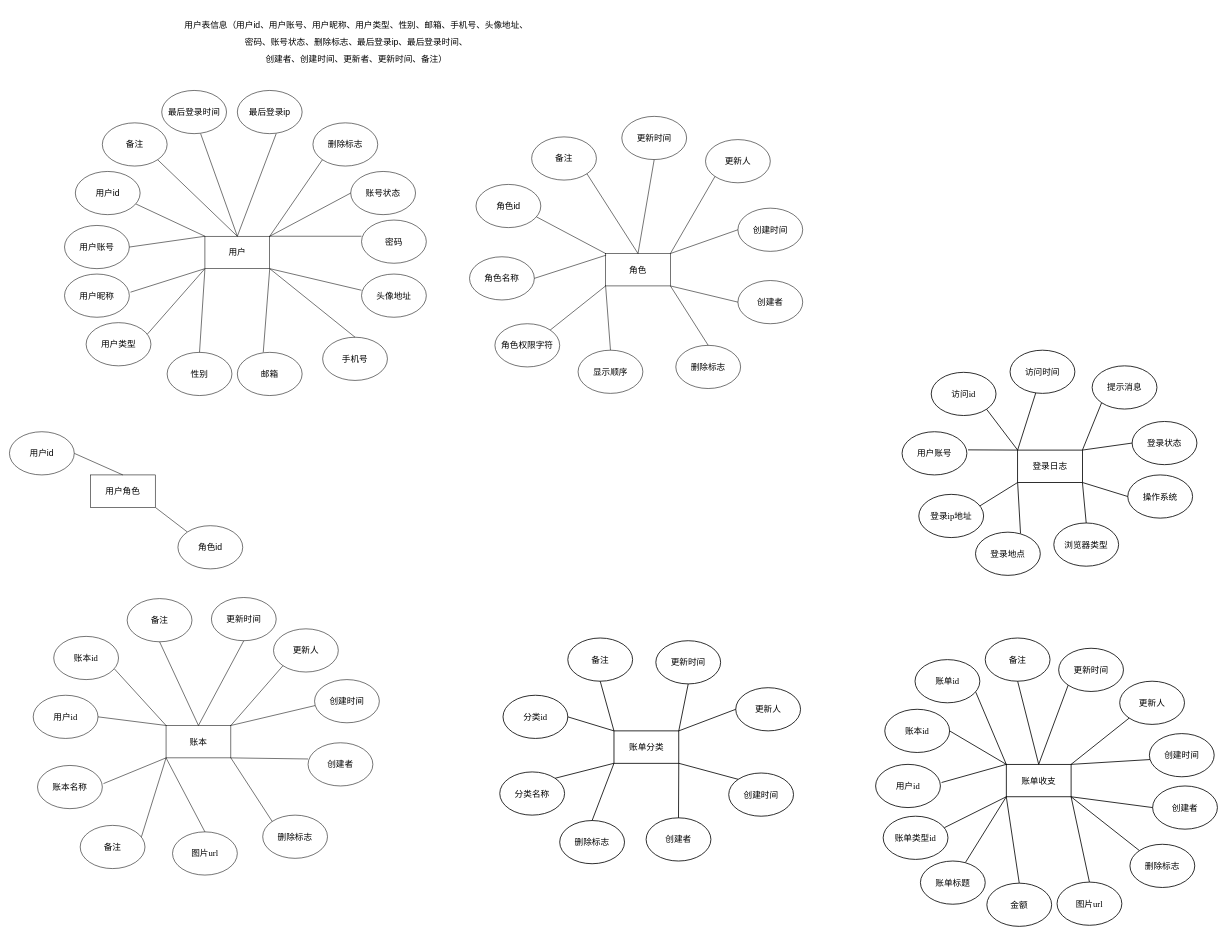
This is page "实体属性关系图" (6 of 8) of lottery-note/fun-bill-依赖关系.drawio from mynxg/draw-io-to-github, a draw.io file, before an edit. Source tidied: cells renumbered, new cells numbered last; positions are measured from the earlier drawing's top-left corner, leaving out a move shared by most shapes. Both pictures are drawn from the tidied source at 54%, with x=0, y=0 at pixel (9, 9).
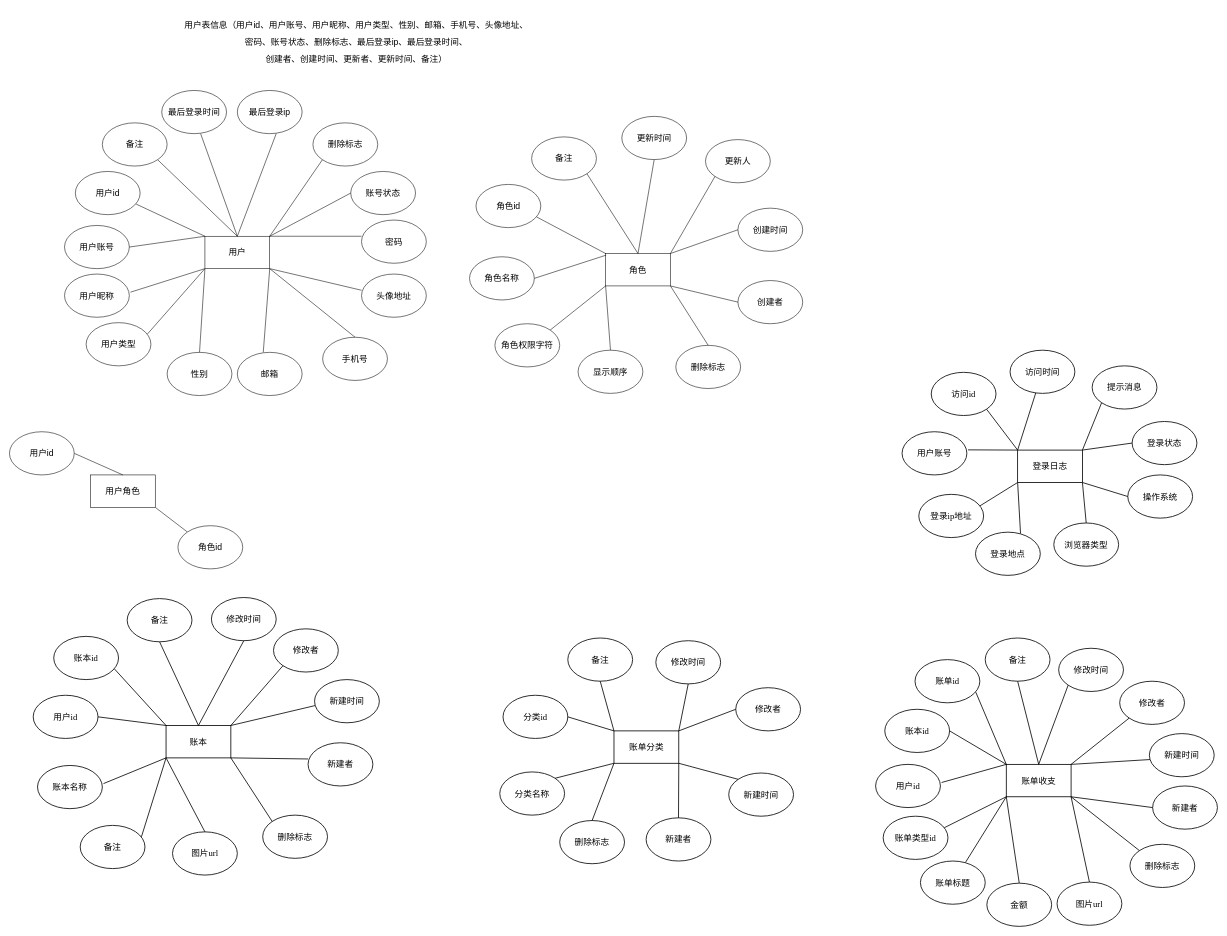
After the change.

Commit message (it also covers changes not shown here):
更新fun-bill-依赖关系.drawio

Diff of the diagram source:
```diff
@@
-    <mxCell id="58" value="账本" style="rounded=0;whiteSpace=wrap;html=1;fontFamily=宋体;fontSize=16;" parent="1" vertex="1">
+    <mxCell id="58" value="账本" style="rounded=0;whiteSpace=wrap;html=1;fontFamily=宋体;fontSize=16;strokeWidth=1.5;" parent="1" vertex="1">
       <mxGeometry x="290" y="1326" width="120" height="60" as="geometry" />
     </mxCell>
-    <mxCell id="59" value="&lt;p class=&quot;MsoNormal&quot;&gt;&lt;span style=&quot;font-size: 12pt;&quot;&gt;&lt;font face=&quot;宋体&quot;&gt;用户&lt;/font&gt;&lt;font face=&quot;Times New Roman&quot;&gt;id&lt;/font&gt;&lt;/span&gt;&lt;/p&gt;" style="ellipse;whiteSpace=wrap;html=1;fontSize=16;fontFamily=宋体;" parent="1" vertex="1">
+    <mxCell id="59" value="&lt;p class=&quot;MsoNormal&quot;&gt;&lt;span style=&quot;font-size: 12pt;&quot;&gt;&lt;font face=&quot;宋体&quot;&gt;用户&lt;/font&gt;&lt;font face=&quot;Times New Roman&quot;&gt;id&lt;/font&gt;&lt;/span&gt;&lt;/p&gt;" style="ellipse;whiteSpace=wrap;html=1;fontSize=16;fontFamily=宋体;strokeWidth=1.5;" parent="1" vertex="1">
       <mxGeometry x="44" y="1270" width="120" height="80" as="geometry" />
     </mxCell>
-    <mxCell id="60" value="&lt;p class=&quot;MsoNormal&quot;&gt;&lt;span style=&quot;font-size: 12pt;&quot;&gt;&lt;font face=&quot;宋体&quot;&gt;账本&lt;/font&gt;&lt;font face=&quot;Times New Roman&quot;&gt;id&lt;/font&gt;&lt;/span&gt;&lt;/p&gt;" style="ellipse;whiteSpace=wrap;html=1;fontFamily=宋体;fontSize=16;" parent="1" vertex="1">
+    <mxCell id="60" value="&lt;p class=&quot;MsoNormal&quot;&gt;&lt;span style=&quot;font-size: 12pt;&quot;&gt;&lt;font face=&quot;宋体&quot;&gt;账本&lt;/font&gt;&lt;font face=&quot;Times New Roman&quot;&gt;id&lt;/font&gt;&lt;/span&gt;&lt;/p&gt;" style="ellipse;whiteSpace=wrap;html=1;fontFamily=宋体;fontSize=16;strokeWidth=1.5;" parent="1" vertex="1">
       <mxGeometry x="82" y="1161" width="120" height="80" as="geometry" />
     </mxCell>
-    <mxCell id="61" value="&lt;p class=&quot;MsoNormal&quot;&gt;&lt;span style=&quot;font-size: 12pt;&quot;&gt;删除标志&lt;/span&gt;&lt;/p&gt;" style="ellipse;whiteSpace=wrap;html=1;fontFamily=宋体;fontSize=16;" parent="1" vertex="1">
+    <mxCell id="61" value="&lt;p class=&quot;MsoNormal&quot;&gt;&lt;span style=&quot;font-size: 12pt;&quot;&gt;删除标志&lt;/span&gt;&lt;/p&gt;" style="ellipse;whiteSpace=wrap;html=1;fontFamily=宋体;fontSize=16;strokeWidth=1.5;" parent="1" vertex="1">
       <mxGeometry x="469" y="1492" width="120" height="80" as="geometry" />
     </mxCell>
-    <mxCell id="62" value="&lt;p class=&quot;MsoNormal&quot;&gt;&lt;span style=&quot;font-size: 12pt;&quot;&gt;&lt;font face=&quot;宋体&quot;&gt;图片&lt;/font&gt;&lt;font face=&quot;Times New Roman&quot;&gt;url&lt;/font&gt;&lt;/span&gt;&lt;/p&gt;" style="ellipse;whiteSpace=wrap;html=1;fontSize=16;fontFamily=宋体;" parent="1" vertex="1">
+    <mxCell id="62" value="&lt;p class=&quot;MsoNormal&quot;&gt;&lt;span style=&quot;font-size: 12pt;&quot;&gt;&lt;font face=&quot;宋体&quot;&gt;图片&lt;/font&gt;&lt;font face=&quot;Times New Roman&quot;&gt;url&lt;/font&gt;&lt;/span&gt;&lt;/p&gt;" style="ellipse;whiteSpace=wrap;html=1;fontSize=16;fontFamily=宋体;strokeWidth=1.5;" parent="1" vertex="1">
       <mxGeometry x="302" y="1523" width="120" height="80" as="geometry" />
     </mxCell>
-    <mxCell id="63" value="&lt;p class=&quot;MsoNormal&quot;&gt;&lt;span style=&quot;font-size: 12pt;&quot;&gt;备注&lt;/span&gt;&lt;/p&gt;" style="ellipse;whiteSpace=wrap;html=1;fontFamily=宋体;fontSize=16;" parent="1" vertex="1">
+    <mxCell id="63" value="&lt;p class=&quot;MsoNormal&quot;&gt;&lt;span style=&quot;font-size: 12pt;&quot;&gt;备注&lt;/span&gt;&lt;/p&gt;" style="ellipse;whiteSpace=wrap;html=1;fontFamily=宋体;fontSize=16;strokeWidth=1.5;" parent="1" vertex="1">
       <mxGeometry x="131" y="1511" width="120" height="80" as="geometry" />
     </mxCell>
-    <mxCell id="64" value="&lt;p class=&quot;MsoNormal&quot;&gt;&lt;span style=&quot;font-size: 12pt;&quot;&gt;账本名称&lt;/span&gt;&lt;/p&gt;" style="ellipse;whiteSpace=wrap;html=1;fontFamily=宋体;fontSize=16;" parent="1" vertex="1">
+    <mxCell id="64" value="&lt;p class=&quot;MsoNormal&quot;&gt;&lt;span style=&quot;font-size: 12pt;&quot;&gt;账本名称&lt;/span&gt;&lt;/p&gt;" style="ellipse;whiteSpace=wrap;html=1;fontFamily=宋体;fontSize=16;strokeWidth=1.5;" parent="1" vertex="1">
       <mxGeometry x="52" y="1400" width="120" height="80" as="geometry" />
     </mxCell>
-    <mxCell id="65" value="&lt;p class=&quot;MsoNormal&quot;&gt;&lt;span style=&quot;font-size: 12pt;&quot;&gt;创建者&lt;/span&gt;&lt;/p&gt;" style="ellipse;whiteSpace=wrap;html=1;fontFamily=宋体;fontSize=16;" parent="1" vertex="1">
+    <mxCell id="65" value="&lt;p class=&quot;MsoNormal&quot;&gt;&lt;span style=&quot;font-size: 12pt;&quot;&gt;新建者&lt;/span&gt;&lt;/p&gt;" style="ellipse;whiteSpace=wrap;html=1;fontFamily=宋体;fontSize=16;strokeWidth=1.5;" parent="1" vertex="1">
       <mxGeometry x="553" y="1358" width="120" height="80" as="geometry" />
     </mxCell>
-    <mxCell id="66" value="&lt;p class=&quot;MsoNormal&quot;&gt;&lt;span style=&quot;font-size: 12pt;&quot;&gt;创建时间&lt;/span&gt;&lt;/p&gt;" style="ellipse;whiteSpace=wrap;html=1;fontSize=16;fontFamily=宋体;" parent="1" vertex="1">
+    <mxCell id="66" value="&lt;p class=&quot;MsoNormal&quot;&gt;&lt;span style=&quot;font-size: 12pt;&quot;&gt;新建时间&lt;/span&gt;&lt;/p&gt;" style="ellipse;whiteSpace=wrap;html=1;fontSize=16;fontFamily=宋体;strokeWidth=1.5;" parent="1" vertex="1">
       <mxGeometry x="565" y="1241" width="120" height="80" as="geometry" />
     </mxCell>
-    <mxCell id="67" value="&lt;p class=&quot;MsoNormal&quot;&gt;&lt;span style=&quot;font-size: 12pt;&quot;&gt;更新人&lt;/span&gt;&lt;/p&gt;" style="ellipse;whiteSpace=wrap;html=1;fontSize=16;fontFamily=宋体;" parent="1" vertex="1">
+    <mxCell id="67" value="&lt;p class=&quot;MsoNormal&quot;&gt;&lt;span style=&quot;font-size: 12pt;&quot;&gt;修改者&lt;/span&gt;&lt;/p&gt;" style="ellipse;whiteSpace=wrap;html=1;fontSize=16;fontFamily=宋体;strokeWidth=1.5;" parent="1" vertex="1">
       <mxGeometry x="489" y="1147" width="120" height="80" as="geometry" />
     </mxCell>
-    <mxCell id="68" value="&lt;p class=&quot;MsoNormal&quot;&gt;&lt;span style=&quot;font-size: 12pt;&quot;&gt;更新时间&lt;/span&gt;&lt;/p&gt;" style="ellipse;whiteSpace=wrap;html=1;fontFamily=宋体;fontSize=16;" parent="1" vertex="1">
+    <mxCell id="68" value="&lt;p class=&quot;MsoNormal&quot;&gt;&lt;span style=&quot;font-size: 12pt;&quot;&gt;修改时间&lt;/span&gt;&lt;/p&gt;" style="ellipse;whiteSpace=wrap;html=1;fontFamily=宋体;fontSize=16;strokeWidth=1.5;" parent="1" vertex="1">
       <mxGeometry x="374" y="1089" width="120" height="80" as="geometry" />
     </mxCell>
-    <mxCell id="69" value="备注" style="ellipse;whiteSpace=wrap;html=1;fontSize=16;fontFamily=宋体;" parent="1" vertex="1">
+    <mxCell id="69" value="备注" style="ellipse;whiteSpace=wrap;html=1;fontSize=16;fontFamily=宋体;strokeWidth=1.5;" parent="1" vertex="1">
       <mxGeometry x="218" y="1091" width="120" height="80" as="geometry" />
     </mxCell>
-    <mxCell id="70" style="endArrow=none;html=1;rounded=0;entryX=0.938;entryY=0.755;entryDx=0;entryDy=0;entryPerimeter=0;fontFamily=宋体;fontSize=16;" parent="1" edge="1" target="60">
+    <mxCell id="70" style="endArrow=none;html=1;rounded=0;entryX=0.938;entryY=0.755;entryDx=0;entryDy=0;entryPerimeter=0;fontFamily=宋体;fontSize=16;strokeWidth=1.5;" parent="1" edge="1" target="60">
       <mxGeometry relative="1" as="geometry">
         <mxPoint x="290" y="1326" as="sourcePoint" />
       </mxGeometry>
     </mxCell>
-    <mxCell id="71" style="endArrow=none;html=1;rounded=0;exitX=0.945;exitY=0.265;exitDx=0;exitDy=0;exitPerimeter=0;fontFamily=宋体;fontSize=16;" parent="1" edge="1" source="63">
+    <mxCell id="71" style="endArrow=none;html=1;rounded=0;exitX=0.945;exitY=0.265;exitDx=0;exitDy=0;exitPerimeter=0;fontFamily=宋体;fontSize=16;strokeWidth=1.5;" parent="1" edge="1" source="63">
       <mxGeometry relative="1" as="geometry">
         <mxPoint x="290" y="1386" as="targetPoint" />
       </mxGeometry>
     </mxCell>
-    <mxCell id="72" style="endArrow=none;html=1;rounded=0;exitX=1;exitY=0.5;exitDx=0;exitDy=0;fontFamily=宋体;fontSize=16;" parent="1" edge="1" source="59">
+    <mxCell id="72" style="endArrow=none;html=1;rounded=0;exitX=1;exitY=0.5;exitDx=0;exitDy=0;fontFamily=宋体;fontSize=16;strokeWidth=1.5;" parent="1" edge="1" source="59">
       <mxGeometry relative="1" as="geometry">
         <mxPoint x="290" y="1326" as="targetPoint" />
       </mxGeometry>
     </mxCell>
-    <mxCell id="73" style="endArrow=none;html=1;rounded=0;exitX=1.018;exitY=0.42;exitDx=0;exitDy=0;exitPerimeter=0;entryX=0;entryY=1;entryDx=0;entryDy=0;fontFamily=宋体;fontSize=16;" parent="1" edge="1" source="64" target="58">
+    <mxCell id="73" style="endArrow=none;html=1;rounded=0;exitX=1.018;exitY=0.42;exitDx=0;exitDy=0;exitPerimeter=0;entryX=0;entryY=1;entryDx=0;entryDy=0;fontFamily=宋体;fontSize=16;strokeWidth=1.5;" parent="1" edge="1" source="64" target="58">
       <mxGeometry relative="1" as="geometry" />
     </mxCell>
-    <mxCell id="74" style="endArrow=none;html=1;rounded=0;exitX=0.5;exitY=0;exitDx=0;exitDy=0;fontFamily=宋体;fontSize=16;" parent="1" edge="1" source="62">
+    <mxCell id="74" style="endArrow=none;html=1;rounded=0;exitX=0.5;exitY=0;exitDx=0;exitDy=0;fontFamily=宋体;fontSize=16;strokeWidth=1.5;" parent="1" edge="1" source="62">
       <mxGeometry relative="1" as="geometry">
         <mxPoint x="290" y="1386" as="targetPoint" />
       </mxGeometry>
     </mxCell>
-    <mxCell id="75" style="endArrow=none;html=1;rounded=0;exitX=0;exitY=0;exitDx=0;exitDy=0;entryX=1;entryY=1;entryDx=0;entryDy=0;fontFamily=宋体;fontSize=16;" parent="1" edge="1" source="61" target="58">
+    <mxCell id="75" style="endArrow=none;html=1;rounded=0;exitX=0;exitY=0;exitDx=0;exitDy=0;entryX=1;entryY=1;entryDx=0;entryDy=0;fontFamily=宋体;fontSize=16;strokeWidth=1.5;" parent="1" edge="1" source="61" target="58">
       <mxGeometry relative="1" as="geometry" />
     </mxCell>
-    <mxCell id="76" style="endArrow=none;html=1;rounded=0;exitX=1;exitY=1;exitDx=0;exitDy=0;entryX=0;entryY=0.375;entryDx=0;entryDy=0;entryPerimeter=0;fontFamily=宋体;fontSize=16;" parent="1" edge="1" source="58" target="65">
+    <mxCell id="76" style="endArrow=none;html=1;rounded=0;exitX=1;exitY=1;exitDx=0;exitDy=0;entryX=0;entryY=0.375;entryDx=0;entryDy=0;entryPerimeter=0;fontFamily=宋体;fontSize=16;strokeWidth=1.5;" parent="1" edge="1" source="58" target="65">
       <mxGeometry relative="1" as="geometry" />
     </mxCell>
-    <mxCell id="77" style="endArrow=none;html=1;rounded=0;exitX=0.5;exitY=0;exitDx=0;exitDy=0;entryX=0.5;entryY=1;entryDx=0;entryDy=0;fontFamily=宋体;fontSize=16;" parent="1" edge="1" source="58" target="68">
+    <mxCell id="77" style="endArrow=none;html=1;rounded=0;exitX=0.5;exitY=0;exitDx=0;exitDy=0;entryX=0.5;entryY=1;entryDx=0;entryDy=0;fontFamily=宋体;fontSize=16;strokeWidth=1.5;" parent="1" edge="1" source="58" target="68">
       <mxGeometry relative="1" as="geometry" />
     </mxCell>
-    <mxCell id="78" style="endArrow=none;html=1;rounded=0;exitX=1;exitY=0;exitDx=0;exitDy=0;fontFamily=宋体;fontSize=16;entryX=0;entryY=1;entryDx=0;entryDy=0;" parent="1" edge="1" source="58" target="67">
+    <mxCell id="78" style="endArrow=none;html=1;rounded=0;exitX=1;exitY=0;exitDx=0;exitDy=0;fontFamily=宋体;fontSize=16;entryX=0;entryY=1;entryDx=0;entryDy=0;strokeWidth=1.5;" parent="1" edge="1" source="58" target="67">
       <mxGeometry relative="1" as="geometry" />
     </mxCell>
-    <mxCell id="79" style="endArrow=none;html=1;rounded=0;exitX=1;exitY=0;exitDx=0;exitDy=0;fontFamily=宋体;fontSize=16;entryX=0.01;entryY=0.601;entryDx=0;entryDy=0;entryPerimeter=0;" parent="1" edge="1" source="58" target="66">
+    <mxCell id="79" style="endArrow=none;html=1;rounded=0;exitX=1;exitY=0;exitDx=0;exitDy=0;fontFamily=宋体;fontSize=16;entryX=0.01;entryY=0.601;entryDx=0;entryDy=0;entryPerimeter=0;strokeWidth=1.5;" parent="1" edge="1" source="58" target="66">
       <mxGeometry relative="1" as="geometry" />
     </mxCell>
-    <mxCell id="80" style="endArrow=none;html=1;rounded=0;exitX=0.5;exitY=1;exitDx=0;exitDy=0;entryX=0.5;entryY=0;entryDx=0;entryDy=0;fontFamily=宋体;fontSize=16;" parent="1" edge="1" source="69" target="58">
+    <mxCell id="80" style="endArrow=none;html=1;rounded=0;exitX=0.5;exitY=1;exitDx=0;exitDy=0;entryX=0.5;entryY=0;entryDx=0;entryDy=0;fontFamily=宋体;fontSize=16;strokeWidth=1.5;" parent="1" edge="1" source="69" target="58">
       <mxGeometry relative="1" as="geometry" />
     </mxCell>
@@
-    <mxCell id="85" value="&lt;p class=&quot;MsoNormal&quot;&gt;&lt;span style=&quot;font-size: 12pt;&quot;&gt;创建者&lt;/span&gt;&lt;/p&gt;" style="ellipse;whiteSpace=wrap;html=1;fontFamily=宋体;fontSize=16;strokeWidth=1.5;" parent="1" vertex="1">
+    <mxCell id="85" value="&lt;p class=&quot;MsoNormal&quot;&gt;&lt;span style=&quot;font-size: 12pt;&quot;&gt;新建者&lt;/span&gt;&lt;/p&gt;" style="ellipse;whiteSpace=wrap;html=1;fontFamily=宋体;fontSize=16;strokeWidth=1.5;" parent="1" vertex="1">
       <mxGeometry x="1179" y="1497" width="120" height="80" as="geometry" />
     </mxCell>
-    <mxCell id="86" value="&lt;p class=&quot;MsoNormal&quot;&gt;&lt;span style=&quot;font-size: 12pt;&quot;&gt;创建时间&lt;/span&gt;&lt;/p&gt;" style="ellipse;whiteSpace=wrap;html=1;fontSize=16;fontFamily=宋体;strokeWidth=1.5;" parent="1" vertex="1">
+    <mxCell id="86" value="&lt;p class=&quot;MsoNormal&quot;&gt;&lt;span style=&quot;font-size: 12pt;&quot;&gt;新建时间&lt;/span&gt;&lt;/p&gt;" style="ellipse;whiteSpace=wrap;html=1;fontSize=16;fontFamily=宋体;strokeWidth=1.5;" parent="1" vertex="1">
       <mxGeometry x="1332" y="1414" width="120" height="80" as="geometry" />
     </mxCell>
-    <mxCell id="87" value="&lt;p class=&quot;MsoNormal&quot;&gt;&lt;span style=&quot;font-size: 12pt;&quot;&gt;更新人&lt;/span&gt;&lt;/p&gt;" style="ellipse;whiteSpace=wrap;html=1;fontSize=16;fontFamily=宋体;strokeWidth=1.5;" parent="1" vertex="1">
+    <mxCell id="87" value="&lt;p class=&quot;MsoNormal&quot;&gt;&lt;span style=&quot;font-size: 12pt;&quot;&gt;修改者&lt;/span&gt;&lt;/p&gt;" style="ellipse;whiteSpace=wrap;html=1;fontSize=16;fontFamily=宋体;strokeWidth=1.5;" parent="1" vertex="1">
       <mxGeometry x="1345" y="1256" width="120" height="80" as="geometry" />
     </mxCell>
-    <mxCell id="88" value="&lt;p class=&quot;MsoNormal&quot;&gt;&lt;span style=&quot;font-size: 12pt;&quot;&gt;更新时间&lt;/span&gt;&lt;/p&gt;" style="ellipse;whiteSpace=wrap;html=1;fontFamily=宋体;fontSize=16;strokeWidth=1.5;" parent="1" vertex="1">
+    <mxCell id="88" value="&lt;p class=&quot;MsoNormal&quot;&gt;&lt;span style=&quot;font-size: 12pt;&quot;&gt;修改时间&lt;/span&gt;&lt;/p&gt;" style="ellipse;whiteSpace=wrap;html=1;fontFamily=宋体;fontSize=16;strokeWidth=1.5;" parent="1" vertex="1">
       <mxGeometry x="1197" y="1169" width="120" height="80" as="geometry" />
     </mxCell>
@@
-    <mxCell id="107" value="&lt;p class=&quot;MsoNormal&quot;&gt;&lt;span style=&quot;font-size: 12pt;&quot;&gt;创建者&lt;/span&gt;&lt;/p&gt;" style="ellipse;whiteSpace=wrap;html=1;fontFamily=宋体;fontSize=16;strokeWidth=1.5;" parent="1" vertex="1">
+    <mxCell id="107" value="&lt;p class=&quot;MsoNormal&quot;&gt;&lt;span style=&quot;font-size: 12pt;&quot;&gt;新建者&lt;/span&gt;&lt;/p&gt;" style="ellipse;whiteSpace=wrap;html=1;fontFamily=宋体;fontSize=16;strokeWidth=1.5;" parent="1" vertex="1">
       <mxGeometry x="2117" y="1438" width="120" height="80" as="geometry" />
     </mxCell>
-    <mxCell id="108" value="&lt;p class=&quot;MsoNormal&quot;&gt;&lt;span style=&quot;font-size: 12pt;&quot;&gt;创建时间&lt;/span&gt;&lt;/p&gt;" style="ellipse;whiteSpace=wrap;html=1;fontSize=16;fontFamily=宋体;strokeWidth=1.5;" parent="1" vertex="1">
+    <mxCell id="108" value="&lt;p class=&quot;MsoNormal&quot;&gt;&lt;span style=&quot;font-size: 12pt;&quot;&gt;新建时间&lt;/span&gt;&lt;/p&gt;" style="ellipse;whiteSpace=wrap;html=1;fontSize=16;fontFamily=宋体;strokeWidth=1.5;" parent="1" vertex="1">
       <mxGeometry x="2111" y="1341" width="120" height="80" as="geometry" />
     </mxCell>
-    <mxCell id="109" value="&lt;p class=&quot;MsoNormal&quot;&gt;&lt;span style=&quot;font-size: 12pt;&quot;&gt;更新人&lt;/span&gt;&lt;/p&gt;" style="ellipse;whiteSpace=wrap;html=1;fontSize=16;fontFamily=宋体;strokeWidth=1.5;" parent="1" vertex="1">
+    <mxCell id="109" value="&lt;p class=&quot;MsoNormal&quot;&gt;&lt;span style=&quot;font-size: 12pt;&quot;&gt;修改者&lt;/span&gt;&lt;/p&gt;" style="ellipse;whiteSpace=wrap;html=1;fontSize=16;fontFamily=宋体;strokeWidth=1.5;" parent="1" vertex="1">
       <mxGeometry x="2056" y="1244" width="120" height="80" as="geometry" />
     </mxCell>
-    <mxCell id="110" value="&lt;p class=&quot;MsoNormal&quot;&gt;&lt;span style=&quot;font-size: 12pt;&quot;&gt;更新时间&lt;/span&gt;&lt;/p&gt;" style="ellipse;whiteSpace=wrap;html=1;fontFamily=宋体;fontSize=16;strokeWidth=1.5;" parent="1" vertex="1">
+    <mxCell id="110" value="&lt;p class=&quot;MsoNormal&quot;&gt;&lt;span style=&quot;font-size: 12pt;&quot;&gt;修改时间&lt;/span&gt;&lt;/p&gt;" style="ellipse;whiteSpace=wrap;html=1;fontFamily=宋体;fontSize=16;strokeWidth=1.5;" parent="1" vertex="1">
       <mxGeometry x="1943" y="1183" width="120" height="80" as="geometry" />
     </mxCell>
```
